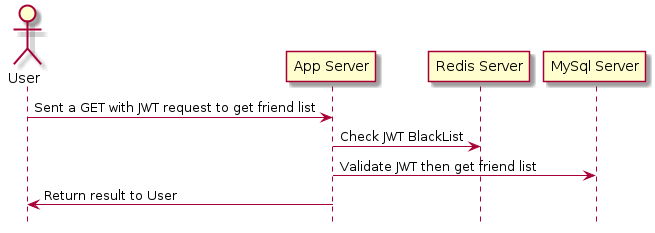
noradomi/foo-app keeps this PlantUML diagram as img/seq-digarams/viewlistusers.png. Above is the earlier version. Source of this version:
```plantuml
@startuml viewlistusers
    hide footbox

    actor "User"

    "User" -> "App Server": Sent a GET with JWT request to get friend list
    "App Server" -> "Redis Server": Check JWT BlackList
    "App Server" -> "MySql Server": Validate JWT then get friend list

    "App Server" -> "User": Return result to User

@enduml
```
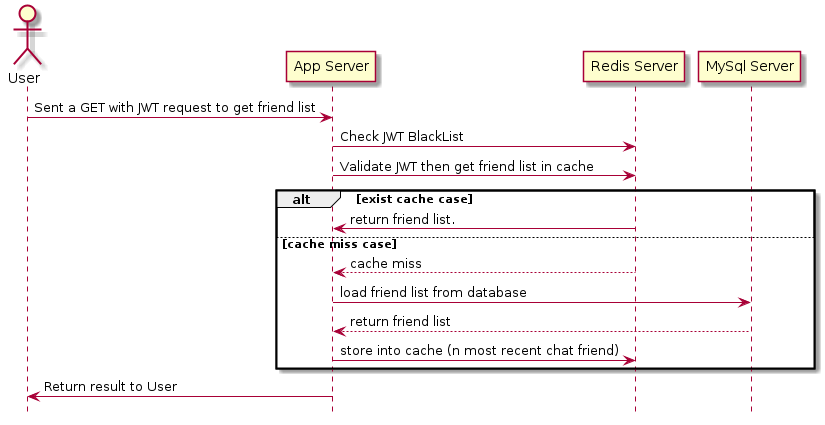
Later version of the same file.

Commit message:
Fix some refused use cases

The edit, as a diff of the source:
```diff
@@ -5,8 +5,15 @@
 
     "User" -> "App Server": Sent a GET with JWT request to get friend list
     "App Server" -> "Redis Server": Check JWT BlackList
-    "App Server" -> "MySql Server": Validate JWT then get friend list
-
+    "App Server" -> "Redis Server": Validate JWT then get friend list in cache
+    alt exist cache case
+    "Redis Server" -> "App Server": return friend list.
+    else cache miss case
+    "Redis Server" --> "App Server": cache miss
+    "App Server" -> "MySql Server": load friend list from database
+    "MySql Server" --> "App Server": return friend list
+    "App Server" -> "Redis Server": store into cache (n most recent chat friend)
+    end
     "App Server" -> "User": Return result to User
 
 @enduml
```
